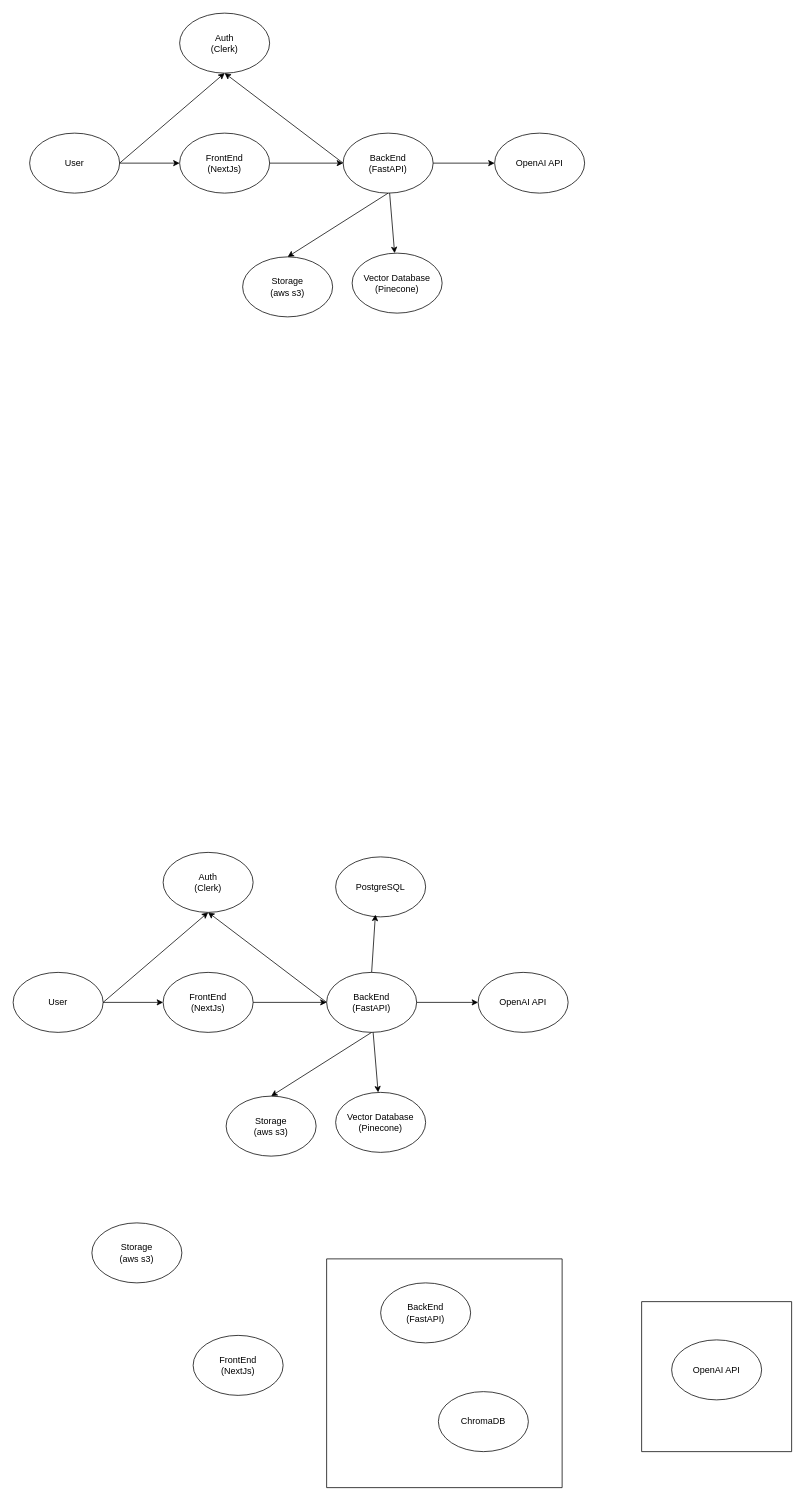
coumarane/chatwithdocs keeps this draw.io diagram as backend/docs/Archi_ChatWithDocs.drawio. Above is the earlier version. Source tidied: cells renumbered, new cells numbered last; positions are measured from the earlier drawing's top-left corner, leaving out a move shared by most shapes. Both pictures are drawn from the tidied source at 75%, with x=0, y=0 at pixel (13, 13).
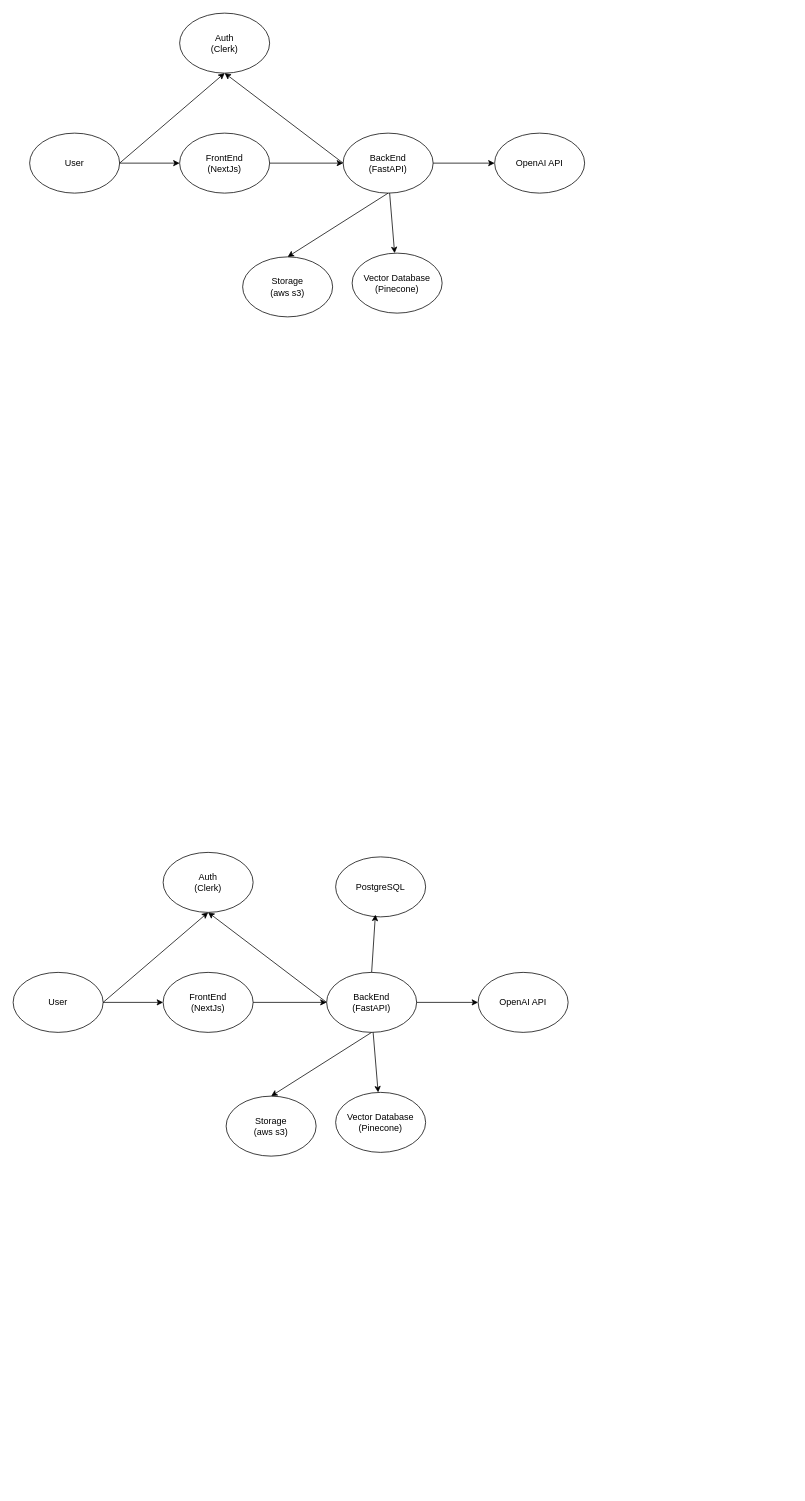
Above is the later version.

Diff of the diagram source:
```diff
@@
-    <mxCell id="30" style="swimlane;startSize=0;" parent="1" vertex="1">
-      <mxGeometry x="838" y="1718" width="200" height="200" as="geometry" />
-    </mxCell>
-    <mxCell id="31" value="OpenAI API" style="ellipse;whiteSpace=wrap;html=1;" parent="30" vertex="1">
-      <mxGeometry x="40" y="51" width="120" height="80" as="geometry" />
-    </mxCell>
-    <mxCell id="32" style="swimlane;startSize=0;" parent="1" vertex="1">
-      <mxGeometry x="418" y="1661" width="314" height="305" as="geometry" />
-    </mxCell>
-    <mxCell id="33" value="ChromaDB" style="ellipse;whiteSpace=wrap;html=1;" parent="32" vertex="1">
-      <mxGeometry x="149" y="177" width="120" height="80" as="geometry" />
-    </mxCell>
-    <mxCell id="34" value="BackEnd&lt;div&gt;(FastAPI)&lt;/div&gt;" style="ellipse;whiteSpace=wrap;html=1;" parent="32" vertex="1">
-      <mxGeometry x="72" y="32" width="120" height="80" as="geometry" />
-    </mxCell>
-    <mxCell id="35" value="FrontEnd&lt;div&gt;(NextJs)&lt;/div&gt;" style="ellipse;whiteSpace=wrap;html=1;" parent="1" vertex="1">
-      <mxGeometry x="240" y="1763" width="120" height="80" as="geometry" />
-    </mxCell>
-    <mxCell id="36" value="Storage&lt;div&gt;&lt;span style=&quot;background-color: transparent; color: light-dark(rgb(0, 0, 0), rgb(255, 255, 255));&quot;&gt;(aws s3)&lt;/span&gt;&lt;/div&gt;" style="ellipse;whiteSpace=wrap;html=1;" parent="1" vertex="1">
-      <mxGeometry x="105" y="1613" width="120" height="80" as="geometry" />
-    </mxCell>
```
